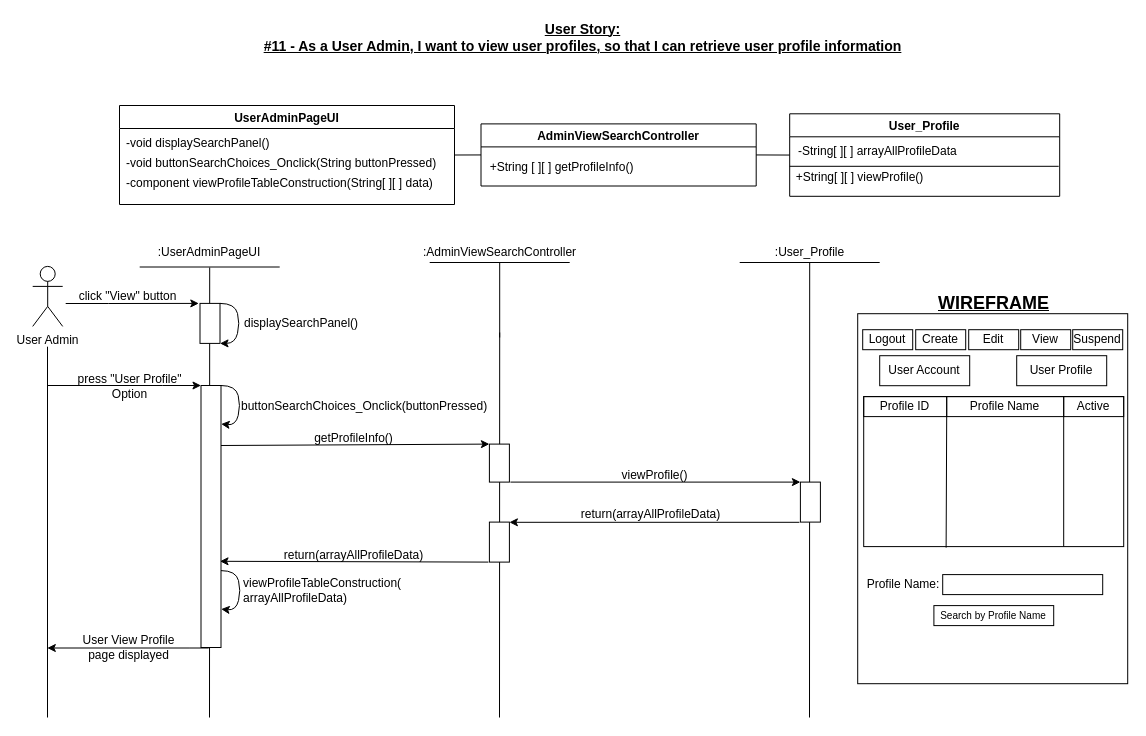
The draw.io diagram BCE_UML_and_Diagrams/UserAdmin/UserAdmin_ViewSearchProfile(#10&11)/UserStory#11_ViewProfile.drawio in extred5700/JAVAGUI-Restaurant-Table-Order-System, before the edit. Source tidied: cells renumbered, new cells numbered last; positions are measured from the earlier drawing's top-left corner, leaving out a move shared by most shapes. Both pictures are drawn from the tidied source at 100%, with x=0, y=0 at pixel (32, 17).
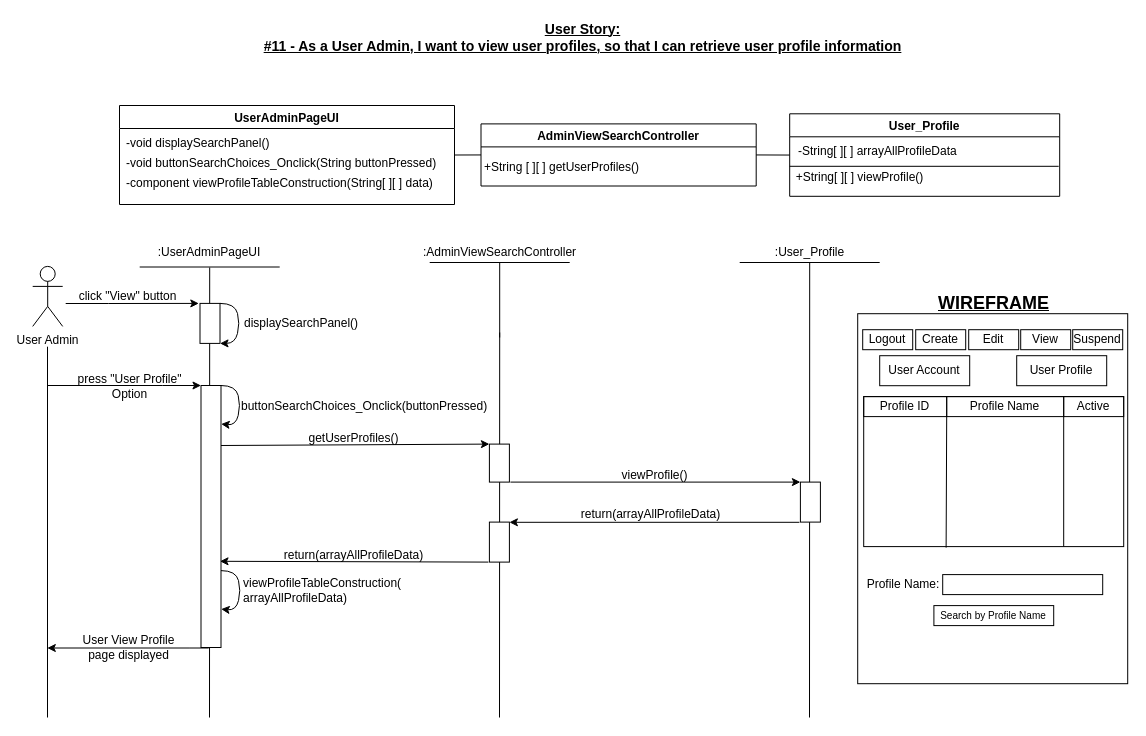
The same diagram, later.

Commit message (it also covers changes not shown here):
Changed Suspend, View and Search Diagrams

The change refers to these unchanged cells:
```xml
<mxCell id="8" value="AdminViewSearchController" style="swimlane;" parent="1" vertex="1">
  <mxGeometry x="448.5" y="106.4" width="275.2" height="62.1" as="geometry" />
</mxCell>
```

Diff of the diagram source:
```diff
@@
-    <mxCell id="9" value="&lt;div style=&quot;text-align: left&quot;&gt;+String [ ][ ] getProfileInfo()&lt;/div&gt;" style="text;html=1;align=center;verticalAlign=middle;strokeColor=none;fillColor=none;" parent="8" vertex="1">
-      <mxGeometry y="33.1" width="160" height="20" as="geometry" />
+    <mxCell id="9" value="&lt;div style=&quot;text-align: left&quot;&gt;+String [ ][ ] getUserProfiles()&lt;/div&gt;" style="text;html=1;align=center;verticalAlign=middle;strokeColor=none;fillColor=none;" parent="8" vertex="1">
+      <mxGeometry x="-5" y="33.1" width="170" height="20" as="geometry" />
     </mxCell>
@@
-    <mxCell id="52" value="getProfileInfo()" style="text;html=1;align=center;verticalAlign=middle;strokeColor=none;fillColor=none;" parent="1" vertex="1">
-      <mxGeometry x="275.9" y="410.6" width="90" height="20" as="geometry" />
+    <mxCell id="52" value="getUserProfiles()" style="text;html=1;align=center;verticalAlign=middle;strokeColor=none;fillColor=none;" parent="1" vertex="1">
+      <mxGeometry x="265.9" y="410.6" width="110" height="20" as="geometry" />
     </mxCell>
```
